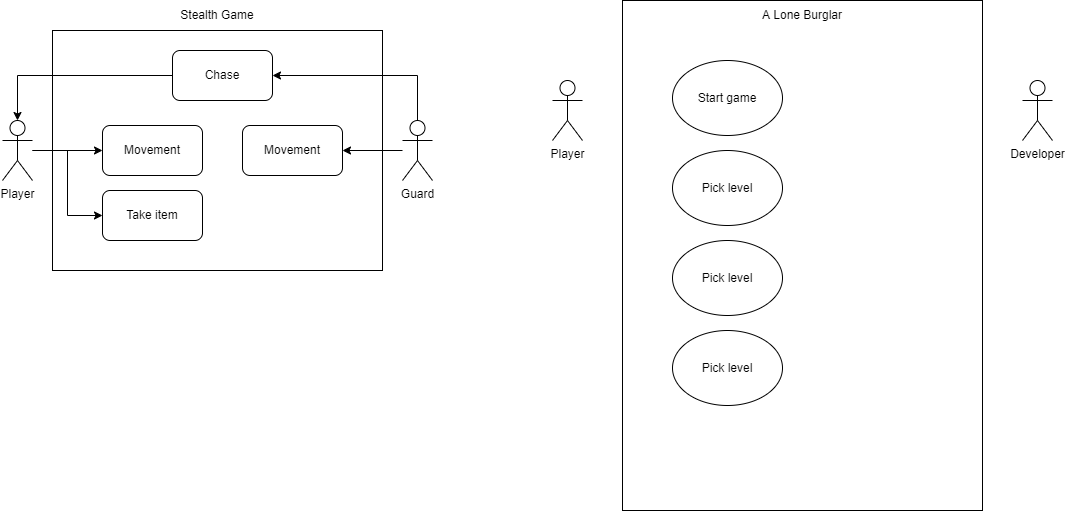
Before: use case diagram.png, a diagram exported from draw.io (johannfac/A-Lone-Burglar). Source tidied: cells renumbered, new cells last; positions are measured from the earlier drawing's top-left corner, leaving out a move shared by most shapes. Source of this version:
```xml
<mxGraphModel>
  <root>
    <mxCell id="0" />
    <mxCell id="1" parent="0" />
    <mxCell id="2" style="rounded=0;whiteSpace=wrap;html=1;" parent="1" vertex="1">
      <mxGeometry x="50" y="30" width="330" height="240" as="geometry" />
    </mxCell>
    <mxCell id="3" style="edgeStyle=orthogonalEdgeStyle;rounded=0;jettySize=auto;html=1;entryX=0;entryY=0.5;entryDx=0;entryDy=0;" parent="1" edge="1" source="5" target="9">
      <mxGeometry relative="1" as="geometry" />
    </mxCell>
    <mxCell id="4" style="edgeStyle=orthogonalEdgeStyle;rounded=0;jettySize=auto;html=1;entryX=0;entryY=0.5;entryDx=0;entryDy=0;" parent="1" edge="1" source="5" target="10">
      <mxGeometry relative="1" as="geometry" />
    </mxCell>
    <mxCell id="5" value="Player" style="shape=umlActor;verticalLabelPosition=bottom;verticalAlign=top;html=1;outlineConnect=0;" parent="1" vertex="1">
      <mxGeometry y="120" width="30" height="60" as="geometry" />
    </mxCell>
    <mxCell id="6" style="edgeStyle=orthogonalEdgeStyle;rounded=0;jettySize=auto;html=1;entryX=1;entryY=0.5;entryDx=0;entryDy=0;" parent="1" edge="1" source="8" target="12">
      <mxGeometry relative="1" as="geometry" />
    </mxCell>
    <mxCell id="7" style="edgeStyle=orthogonalEdgeStyle;rounded=0;jettySize=auto;html=1;entryX=1;entryY=0.5;entryDx=0;entryDy=0;" parent="1" edge="1" source="8" target="14">
      <mxGeometry relative="1" as="geometry">
        <Array as="points">
          <mxPoint x="415" y="75" />
        </Array>
      </mxGeometry>
    </mxCell>
    <mxCell id="8" value="Guard" style="shape=umlActor;verticalLabelPosition=bottom;verticalAlign=top;html=1;outlineConnect=0;" parent="1" vertex="1">
      <mxGeometry x="400" y="120" width="30" height="60" as="geometry" />
    </mxCell>
    <mxCell id="9" value="Movement" style="rounded=1;whiteSpace=wrap;html=1;" parent="1" vertex="1">
      <mxGeometry x="100" y="125" width="100" height="50" as="geometry" />
    </mxCell>
    <mxCell id="10" value="Take item" style="rounded=1;whiteSpace=wrap;html=1;" parent="1" vertex="1">
      <mxGeometry x="100" y="190" width="100" height="50" as="geometry" />
    </mxCell>
    <mxCell id="11" value="Stealth Game" style="text;html=1;strokeColor=none;fillColor=none;align=center;verticalAlign=middle;whiteSpace=wrap;rounded=0;" parent="1" vertex="1">
      <mxGeometry x="170" width="90" height="30" as="geometry" />
    </mxCell>
    <mxCell id="12" value="Movement" style="rounded=1;whiteSpace=wrap;html=1;" parent="1" vertex="1">
      <mxGeometry x="240" y="125" width="100" height="50" as="geometry" />
    </mxCell>
    <mxCell id="13" style="edgeStyle=orthogonalEdgeStyle;rounded=0;jettySize=auto;html=1;entryX=0.5;entryY=0;entryDx=0;entryDy=0;entryPerimeter=0;" parent="1" edge="1" source="14" target="5">
      <mxGeometry relative="1" as="geometry" />
    </mxCell>
    <mxCell id="14" value="Chase" style="rounded=1;whiteSpace=wrap;html=1;" parent="1" vertex="1">
      <mxGeometry x="170" y="50" width="100" height="50" as="geometry" />
    </mxCell>
    <mxCell id="15" style="rounded=0;whiteSpace=wrap;html=1;" parent="1" vertex="1">
      <mxGeometry x="620" width="360" height="510" as="geometry" />
    </mxCell>
    <mxCell id="16" value="A Lone Burglar" style="text;html=1;strokeColor=none;fillColor=none;align=center;verticalAlign=middle;whiteSpace=wrap;rounded=0;" parent="1" vertex="1">
      <mxGeometry x="755" width="90" height="30" as="geometry" />
    </mxCell>
    <mxCell id="17" value="Developer" style="shape=umlActor;verticalLabelPosition=bottom;verticalAlign=top;html=1;" parent="1" vertex="1">
      <mxGeometry x="1020" y="80" width="30" height="60" as="geometry" />
    </mxCell>
    <mxCell id="18" value="Player" style="shape=umlActor;verticalLabelPosition=bottom;verticalAlign=top;html=1;outlineConnect=0;" parent="1" vertex="1">
      <mxGeometry x="550" y="80" width="30" height="60" as="geometry" />
    </mxCell>
    <mxCell id="19" value="Start game" style="ellipse;whiteSpace=wrap;html=1;" parent="1" vertex="1">
      <mxGeometry x="670" y="60" width="110" height="75" as="geometry" />
    </mxCell>
    <mxCell id="20" value="Pick level" style="ellipse;whiteSpace=wrap;html=1;" parent="1" vertex="1">
      <mxGeometry x="670" y="150" width="110" height="75" as="geometry" />
    </mxCell>
    <mxCell id="21" value="Pick level" style="ellipse;whiteSpace=wrap;html=1;" parent="1" vertex="1">
      <mxGeometry x="670" y="240" width="110" height="75" as="geometry" />
    </mxCell>
    <mxCell id="22" value="Pick level" style="ellipse;whiteSpace=wrap;html=1;" parent="1" vertex="1">
      <mxGeometry x="670" y="330" width="110" height="75" as="geometry" />
    </mxCell>
  </root>
</mxGraphModel>
```
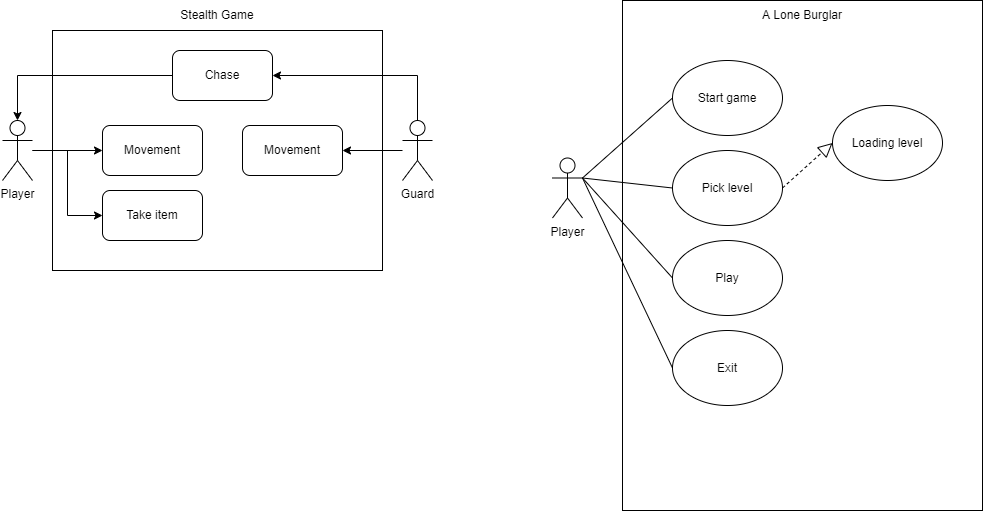
After the change.

What changed in the source:
```diff
@@ -51,11 +51,8 @@
     <mxCell id="16" value="A Lone Burglar" style="text;html=1;strokeColor=none;fillColor=none;align=center;verticalAlign=middle;whiteSpace=wrap;rounded=0;" parent="1" vertex="1">
       <mxGeometry x="755" width="90" height="30" as="geometry" />
     </mxCell>
-    <mxCell id="17" value="Developer" style="shape=umlActor;verticalLabelPosition=bottom;verticalAlign=top;html=1;" parent="1" vertex="1">
-      <mxGeometry x="1020" y="80" width="30" height="60" as="geometry" />
-    </mxCell>
     <mxCell id="18" value="Player" style="shape=umlActor;verticalLabelPosition=bottom;verticalAlign=top;html=1;outlineConnect=0;" parent="1" vertex="1">
-      <mxGeometry x="550" y="80" width="30" height="60" as="geometry" />
+      <mxGeometry x="550" y="157.5" width="30" height="60" as="geometry" />
     </mxCell>
     <mxCell id="19" value="Start game" style="ellipse;whiteSpace=wrap;html=1;" parent="1" vertex="1">
       <mxGeometry x="670" y="60" width="110" height="75" as="geometry" />
@@ -63,11 +60,29 @@
     <mxCell id="20" value="Pick level" style="ellipse;whiteSpace=wrap;html=1;" parent="1" vertex="1">
       <mxGeometry x="670" y="150" width="110" height="75" as="geometry" />
     </mxCell>
-    <mxCell id="21" value="Pick level" style="ellipse;whiteSpace=wrap;html=1;" parent="1" vertex="1">
+    <mxCell id="21" value="Play" style="ellipse;whiteSpace=wrap;html=1;" parent="1" vertex="1">
       <mxGeometry x="670" y="240" width="110" height="75" as="geometry" />
     </mxCell>
-    <mxCell id="22" value="Pick level" style="ellipse;whiteSpace=wrap;html=1;" parent="1" vertex="1">
+    <mxCell id="22" value="Exit" style="ellipse;whiteSpace=wrap;html=1;" parent="1" vertex="1">
       <mxGeometry x="670" y="330" width="110" height="75" as="geometry" />
     </mxCell>
+    <mxCell id="23" value="Loading level" style="ellipse;whiteSpace=wrap;html=1;" parent="1" vertex="1">
+      <mxGeometry x="830" y="105" width="110" height="75" as="geometry" />
+    </mxCell>
+    <mxCell id="24" style="endArrow=none;html=1;rounded=0;entryX=1;entryY=0.3333333333333333;entryDx=0;entryDy=0;entryPerimeter=0;exitX=0;exitY=0.5;exitDx=0;exitDy=0;" parent="1" edge="1" source="19" target="18">
+      <mxGeometry relative="1" as="geometry" />
+    </mxCell>
+    <mxCell id="25" style="endArrow=none;html=1;rounded=0;entryX=1;entryY=0.3333333333333333;entryDx=0;entryDy=0;entryPerimeter=0;exitX=0;exitY=0.5;exitDx=0;exitDy=0;" parent="1" edge="1" source="20" target="18">
+      <mxGeometry relative="1" as="geometry" />
+    </mxCell>
+    <mxCell id="26" style="endArrow=none;html=1;rounded=0;entryX=1;entryY=0.3333333333333333;entryDx=0;entryDy=0;entryPerimeter=0;exitX=0;exitY=0.5;exitDx=0;exitDy=0;" parent="1" edge="1" source="21" target="18">
+      <mxGeometry relative="1" as="geometry" />
+    </mxCell>
+    <mxCell id="27" style="endArrow=none;html=1;rounded=0;entryX=1;entryY=0.3333333333333333;entryDx=0;entryDy=0;entryPerimeter=0;exitX=0;exitY=0.5;exitDx=0;exitDy=0;" parent="1" edge="1" source="22" target="18">
+      <mxGeometry relative="1" as="geometry" />
+    </mxCell>
+    <mxCell id="28" style="endArrow=block;dashed=1;endFill=0;endSize=12;html=1;rounded=0;exitX=1;exitY=0.5;exitDx=0;exitDy=0;entryX=0;entryY=0.5;entryDx=0;entryDy=0;" parent="1" edge="1" source="20" target="23">
+      <mxGeometry relative="1" as="geometry" />
+    </mxCell>
   </root>
 </mxGraphModel>
```
